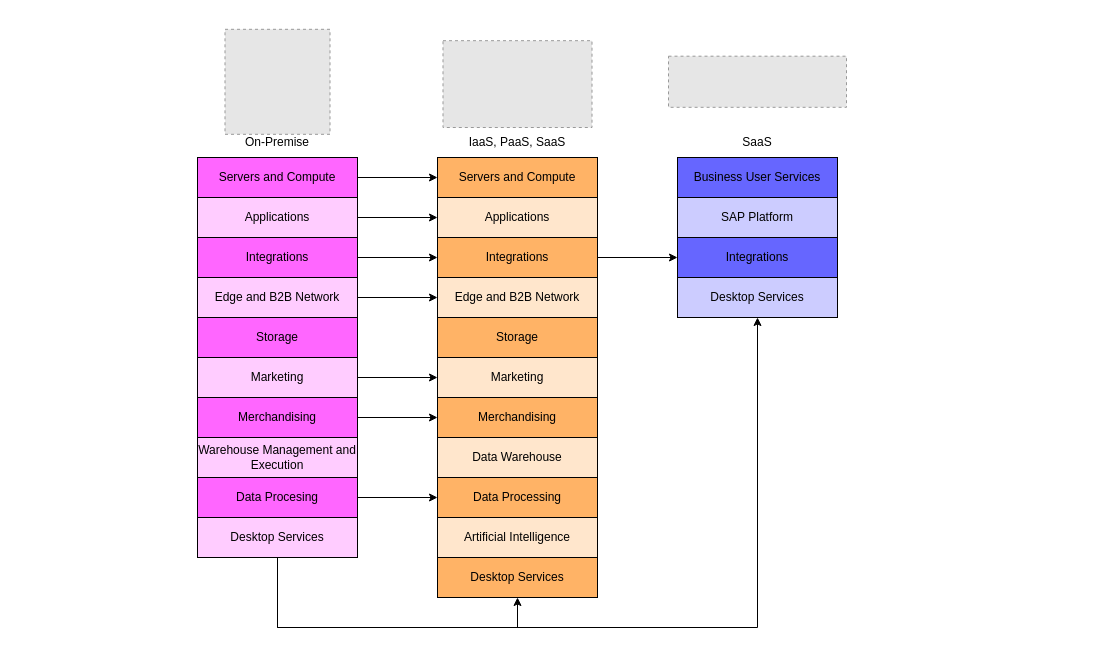
This is page "Cloud Positions" (1 of 13) of images/strategy.drawio from bpayt2/temp, a draw.io file, before an edit. Source tidied: cells renumbered, new cells numbered last; positions are measured from the earlier drawing's top-left corner, leaving out a move shared by most shapes. Both pictures are drawn from the tidied source at 100%, with x=0, y=0 at pixel (197, 29). Pictures stored in the file or linked from it are replaced by grey dashed boxes.
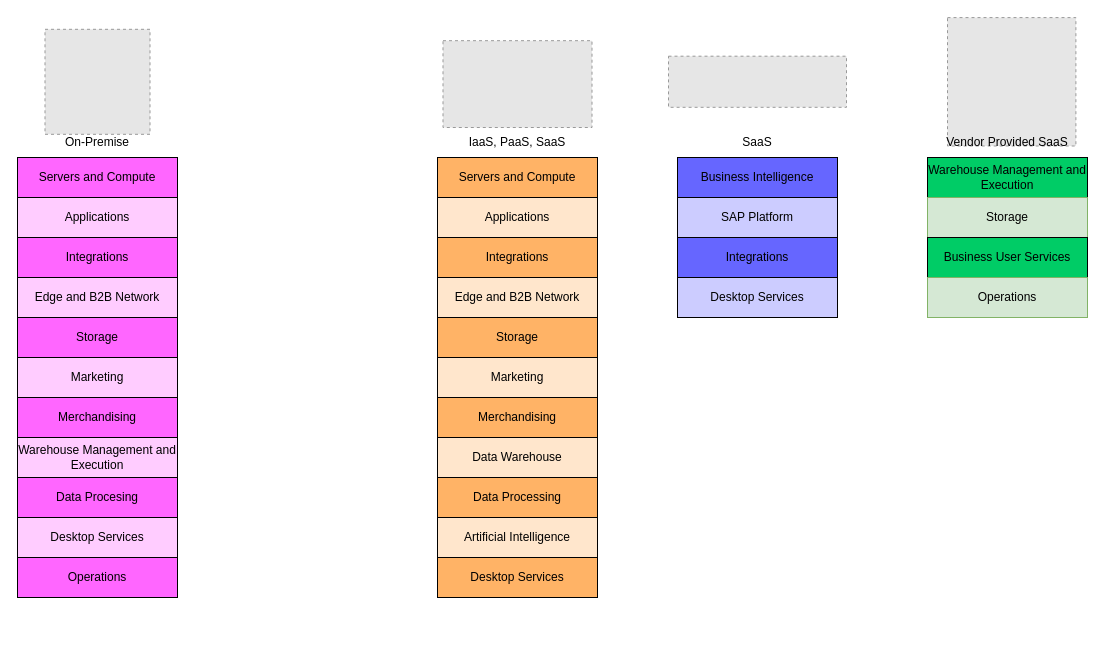
The same page after the edit.

The change refers to these unchanged cells:
```xml
<mxCell id="14" value="Servers and Compute" style="rounded=0;whiteSpace=wrap;html=1;fillColor=#FFB366;" parent="1" vertex="1">
  <mxGeometry x="240" y="128" width="160" height="40" as="geometry" />
</mxCell>
<mxCell id="15" value="Applications" style="rounded=0;whiteSpace=wrap;html=1;fillColor=#FFE6CC;" parent="1" vertex="1">
  <mxGeometry x="240" y="168" width="160" height="40" as="geometry" />
</mxCell>
<mxCell id="17" value="Integrations" style="rounded=0;whiteSpace=wrap;html=1;fillColor=#FFB366;" parent="1" vertex="1">
  <mxGeometry x="240" y="208" width="160" height="40" as="geometry" />
</mxCell>
<mxCell id="18" value="Edge and B2B Network" style="rounded=0;whiteSpace=wrap;html=1;fillColor=#FFE6CC;" parent="1" vertex="1">
  <mxGeometry x="240" y="248" width="160" height="40" as="geometry" />
</mxCell>
<mxCell id="20" value="Marketing" style="rounded=0;whiteSpace=wrap;html=1;fillColor=#FFE6CC;" parent="1" vertex="1">
  <mxGeometry x="240" y="328" width="160" height="40" as="geometry" />
</mxCell>
<mxCell id="21" value="Merchandising" style="rounded=0;whiteSpace=wrap;html=1;fillColor=#FFB366;" parent="1" vertex="1">
  <mxGeometry x="240" y="368" width="160" height="40" as="geometry" />
</mxCell>
<mxCell id="22" value="Data Processing" style="rounded=0;whiteSpace=wrap;html=1;fillColor=#FFB366;" parent="1" vertex="1">
  <mxGeometry x="240" y="448" width="160" height="40" as="geometry" />
</mxCell>
<mxCell id="26" value="Integrations" style="rounded=0;whiteSpace=wrap;html=1;fillColor=#6666FF;" parent="1" vertex="1">
  <mxGeometry x="480" y="208" width="160" height="40" as="geometry" />
</mxCell>
<mxCell id="28" value="Desktop Services" style="rounded=0;whiteSpace=wrap;html=1;fillColor=#CCCCFF;" parent="1" vertex="1">
  <mxGeometry x="480" y="248" width="160" height="40" as="geometry" />
</mxCell>
<mxCell id="42" value="Desktop Services" style="rounded=0;whiteSpace=wrap;html=1;fillColor=#FFB366;strokeColor=default;align=center;verticalAlign=middle;fontFamily=Helvetica;fontSize=12;fontColor=default;" parent="1" vertex="1">
  <mxGeometry x="240" y="528" width="160" height="40" as="geometry" />
</mxCell>
```

The edit, as a diff of the source:
```diff
@@
-    <mxCell id="2" style="edgeStyle=orthogonalEdgeStyle;rounded=0;jettySize=auto;html=1;exitX=1;exitY=0.5;exitDx=0;exitDy=0;entryX=0;entryY=0.5;entryDx=0;entryDy=0;" parent="1" edge="1" source="3" target="14">
-      <mxGeometry relative="1" as="geometry" />
-    </mxCell>
     <mxCell id="3" value="Servers and Compute" style="rounded=0;whiteSpace=wrap;html=1;fillColor=#FF66FF;" parent="1" vertex="1">
-      <mxGeometry y="128" width="160" height="40" as="geometry" />
+      <mxGeometry x="-180" y="128" width="160" height="40" as="geometry" />
     </mxCell>
-    <mxCell id="4" style="edgeStyle=orthogonalEdgeStyle;rounded=0;jettySize=auto;html=1;exitX=1;exitY=0.5;exitDx=0;exitDy=0;entryX=0;entryY=0.5;entryDx=0;entryDy=0;" parent="1" edge="1" source="5" target="15">
-      <mxGeometry relative="1" as="geometry" />
-    </mxCell>
     <mxCell id="5" value="Applications" style="rounded=0;whiteSpace=wrap;html=1;fillColor=#FFCCFF;" parent="1" vertex="1">
-      <mxGeometry y="168" width="160" height="40" as="geometry" />
+      <mxGeometry x="-180" y="168" width="160" height="40" as="geometry" />
     </mxCell>
-    <mxCell id="6" style="edgeStyle=orthogonalEdgeStyle;rounded=0;jettySize=auto;html=1;exitX=1;exitY=0.5;exitDx=0;exitDy=0;" parent="1" edge="1" source="7" target="17">
-      <mxGeometry relative="1" as="geometry" />
-    </mxCell>
     <mxCell id="7" value="Integrations" style="rounded=0;whiteSpace=wrap;html=1;fillColor=#FF66FF;" parent="1" vertex="1">
-      <mxGeometry y="208" width="160" height="40" as="geometry" />
+      <mxGeometry x="-180" y="208" width="160" height="40" as="geometry" />
     </mxCell>
-    <mxCell id="8" style="edgeStyle=orthogonalEdgeStyle;rounded=0;jettySize=auto;html=1;exitX=1;exitY=0.5;exitDx=0;exitDy=0;entryX=0;entryY=0.5;entryDx=0;entryDy=0;" parent="1" edge="1" source="9" target="18">
-      <mxGeometry relative="1" as="geometry" />
-    </mxCell>
     <mxCell id="9" value="Edge and B2B Network" style="rounded=0;whiteSpace=wrap;html=1;fillColor=#FFCCFF;" parent="1" vertex="1">
-      <mxGeometry y="248" width="160" height="40" as="geometry" />
+      <mxGeometry x="-180" y="248" width="160" height="40" as="geometry" />
     </mxCell>
-    <mxCell id="10" style="edgeStyle=orthogonalEdgeStyle;rounded=0;jettySize=auto;html=1;exitX=0.5;exitY=1;exitDx=0;exitDy=0;entryX=0.5;entryY=1;entryDx=0;entryDy=0;" parent="1" edge="1" source="11" target="42">
-      <mxGeometry relative="1" as="geometry">
-        <Array as="points">
-          <mxPoint x="80" y="598" />
-          <mxPoint x="320" y="598" />
-        </Array>
-      </mxGeometry>
-    </mxCell>
     <mxCell id="11" value="Desktop Services" style="rounded=0;whiteSpace=wrap;html=1;fillColor=#FFCCFF;" parent="1" vertex="1">
-      <mxGeometry y="488" width="160" height="40" as="geometry" />
+      <mxGeometry x="-180" y="488" width="160" height="40" as="geometry" />
     </mxCell>
     <mxCell id="12" value="Storage" style="rounded=0;whiteSpace=wrap;html=1;fillColor=#FF66FF;" parent="1" vertex="1">
-      <mxGeometry y="288" width="160" height="40" as="geometry" />
+      <mxGeometry x="-180" y="288" width="160" height="40" as="geometry" />
     </mxCell>
-    <mxCell id="13" value="Warehouse Management and Execution" style="rounded=0;whiteSpace=wrap;html=1;fillColor=#FFCCFF;" parent="1" vertex="1">
-      <mxGeometry y="408" width="160" height="40" as="geometry" />
+    <mxCell id="13" value="Warehouse Management and Execution" style="rounded=0;whiteSpace=wrap;html=1;fillColor=#FFCCFF;strokeWidth=1;" parent="1" vertex="1">
+      <mxGeometry x="-180" y="408" width="160" height="40" as="geometry" />
     </mxCell>
@@
-    <mxCell id="16" style="edgeStyle=orthogonalEdgeStyle;rounded=0;jettySize=auto;html=1;exitX=1;exitY=0.5;exitDx=0;exitDy=0;entryX=0;entryY=0.5;entryDx=0;entryDy=0;" parent="1" edge="1" source="17" target="26">
-      <mxGeometry relative="1" as="geometry" />
-    </mxCell>
@@
-    <mxCell id="24" value="Business User Services" style="rounded=0;whiteSpace=wrap;html=1;fillColor=#6666FF;" parent="1" vertex="1">
-      <mxGeometry x="480" y="128" width="160" height="40" as="geometry" />
-    </mxCell>
@@
-    <mxCell id="27" style="edgeStyle=orthogonalEdgeStyle;rounded=0;jettySize=auto;html=1;exitX=0.5;exitY=1;exitDx=0;exitDy=0;entryX=0.5;entryY=1;entryDx=0;entryDy=0;startArrow=classic;startFill=1;endArrow=none;endFill=0;" parent="1" edge="1" source="28" target="11">
-      <mxGeometry relative="1" as="geometry">
-        <Array as="points">
-          <mxPoint x="560" y="598" />
-          <mxPoint x="80" y="598" />
-        </Array>
-      </mxGeometry>
-    </mxCell>
@@
     <mxCell id="29" value="On-Premise" style="text;html=1;strokeColor=none;fillColor=none;align=center;verticalAlign=middle;whiteSpace=wrap;rounded=0;" parent="1" vertex="1">
-      <mxGeometry y="98" width="160" height="30" as="geometry" />
+      <mxGeometry x="-180" y="98" width="160" height="30" as="geometry" />
     </mxCell>
@@
     <mxCell id="34" style="fillColor=#E6E6E6;strokeColor=#999999;dashed=1;verticalLabelPosition=bottom;labelBackgroundColor=default;verticalAlign=top;" parent="1" vertex="1">
-      <mxGeometry x="27.5" y="-0.2" width="105" height="105" as="geometry" />
+      <mxGeometry x="-152.5" y="-0.2" width="105" height="105" as="geometry" />
     </mxCell>
-    <mxCell id="35" style="edgeStyle=orthogonalEdgeStyle;rounded=0;jettySize=auto;html=1;exitX=1;exitY=0.5;exitDx=0;exitDy=0;entryX=0;entryY=0.5;entryDx=0;entryDy=0;" parent="1" edge="1" source="36" target="22">
-      <mxGeometry relative="1" as="geometry" />
-    </mxCell>
     <mxCell id="36" value="Data Procesing" style="rounded=0;whiteSpace=wrap;html=1;fillColor=#FF66FF;" parent="1" vertex="1">
-      <mxGeometry y="448" width="160" height="40" as="geometry" />
+      <mxGeometry x="-180" y="448" width="160" height="40" as="geometry" />
     </mxCell>
@@
-    <mxCell id="38" style="edgeStyle=orthogonalEdgeStyle;rounded=0;jettySize=auto;html=1;exitX=1;exitY=0.5;exitDx=0;exitDy=0;entryX=0;entryY=0.5;entryDx=0;entryDy=0;" parent="1" edge="1" source="39" target="20">
-      <mxGeometry relative="1" as="geometry" />
-    </mxCell>
     <mxCell id="39" value="Marketing" style="rounded=0;whiteSpace=wrap;html=1;fillColor=#FFCCFF;" parent="1" vertex="1">
-      <mxGeometry y="328" width="160" height="40" as="geometry" />
+      <mxGeometry x="-180" y="328" width="160" height="40" as="geometry" />
     </mxCell>
-    <mxCell id="40" style="edgeStyle=orthogonalEdgeStyle;rounded=0;jettySize=auto;html=1;exitX=1;exitY=0.5;exitDx=0;exitDy=0;entryX=0;entryY=0.5;entryDx=0;entryDy=0;" parent="1" edge="1" source="41" target="21">
-      <mxGeometry relative="1" as="geometry" />
-    </mxCell>
     <mxCell id="41" value="Merchandising" style="rounded=0;whiteSpace=wrap;html=1;fillColor=#FF66FF;" parent="1" vertex="1">
-      <mxGeometry y="368" width="160" height="40" as="geometry" />
+      <mxGeometry x="-180" y="368" width="160" height="40" as="geometry" />
     </mxCell>
@@
+    <mxCell id="43" style="fillColor=#E6E6E6;strokeColor=#999999;dashed=1;verticalLabelPosition=bottom;labelBackgroundColor=default;verticalAlign=top;" parent="1" vertex="1">
+      <mxGeometry x="750" y="-11.9" width="128.4" height="128.4" as="geometry" />
+    </mxCell>
+    <mxCell id="44" value="Vendor Provided SaaS" style="text;html=1;strokeColor=none;fillColor=none;align=center;verticalAlign=middle;whiteSpace=wrap;rounded=0;" parent="1" vertex="1">
+      <mxGeometry x="730" y="98" width="160" height="30" as="geometry" />
+    </mxCell>
+    <mxCell id="45" value="Warehouse Management and Execution" style="rounded=0;whiteSpace=wrap;html=1;fillColor=#00CC66;" parent="1" vertex="1">
+      <mxGeometry x="730" y="128" width="160" height="40" as="geometry" />
+    </mxCell>
+    <mxCell id="46" value="Storage" style="rounded=0;whiteSpace=wrap;html=1;fillColor=#d5e8d4;strokeColor=#82b366;" parent="1" vertex="1">
+      <mxGeometry x="730" y="168" width="160" height="40" as="geometry" />
+    </mxCell>
+    <mxCell id="47" value="Business Intelligence" style="rounded=0;whiteSpace=wrap;html=1;fillColor=#6666FF;" parent="1" vertex="1">
+      <mxGeometry x="480" y="128" width="160" height="40" as="geometry" />
+    </mxCell>
+    <mxCell id="24" value="Business User Services" style="rounded=0;whiteSpace=wrap;html=1;fillColor=#00CC66;" parent="1" vertex="1">
+      <mxGeometry x="730" y="208" width="160" height="40" as="geometry" />
+    </mxCell>
+    <mxCell id="48" value="Operations" style="rounded=0;whiteSpace=wrap;html=1;fillColor=#FF66FF;" parent="1" vertex="1">
+      <mxGeometry x="-180" y="528" width="160" height="40" as="geometry" />
+    </mxCell>
+    <mxCell id="49" value="Operations" style="rounded=0;whiteSpace=wrap;html=1;fillColor=#d5e8d4;strokeColor=#82b366;" parent="1" vertex="1">
+      <mxGeometry x="730" y="248" width="160" height="40" as="geometry" />
+    </mxCell>
```
